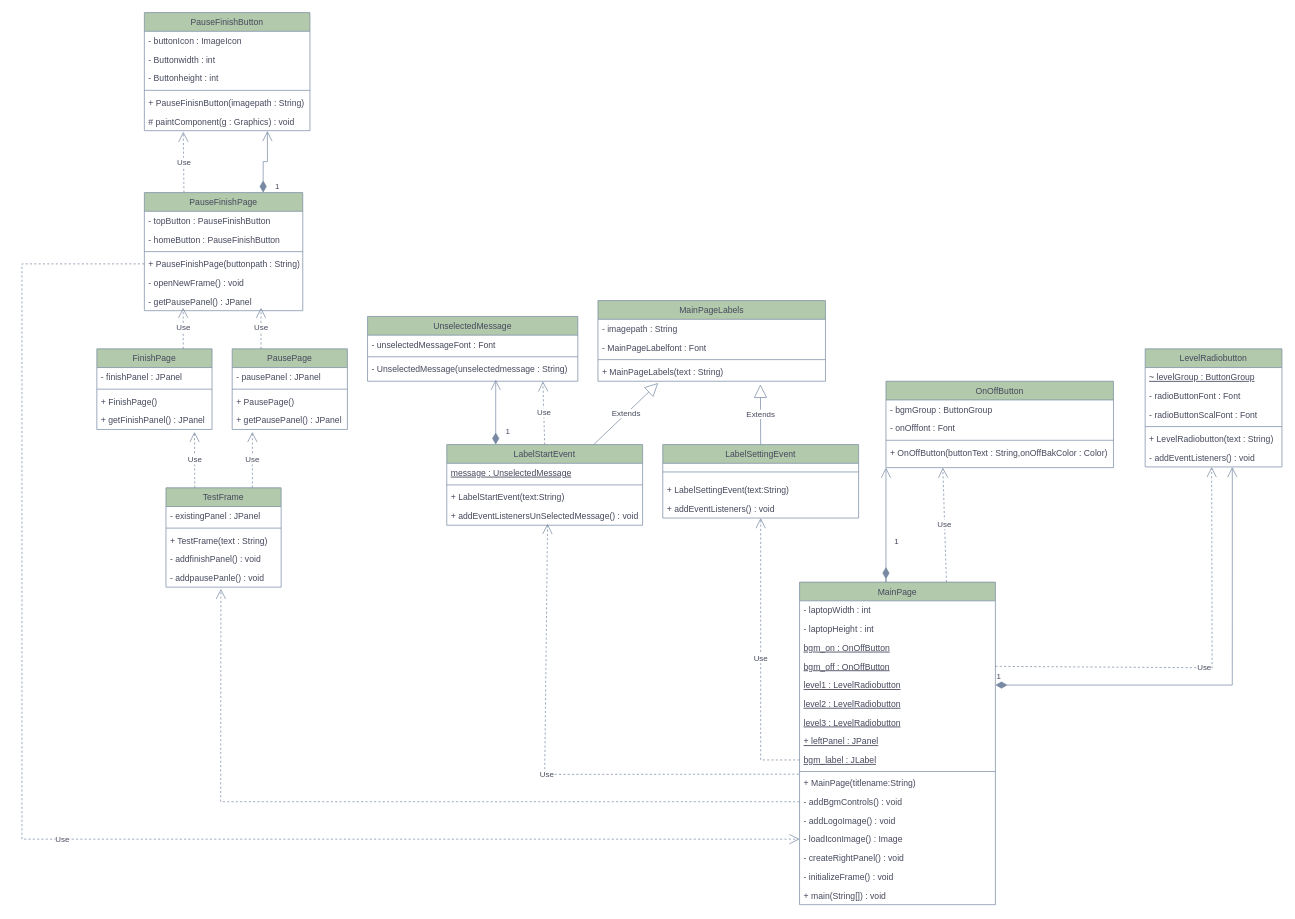
This is 제목 없는 다이어그램.drawio from hojeong26/sw_system, a draw.io file, before an edit. Source tidied: cells renumbered, new cells numbered last; positions are measured from the earlier drawing's top-left corner, leaving out a move shared by most shapes. Both pictures are drawn from the tidied source at 72%, with x=0, y=0 at pixel (22, 12).
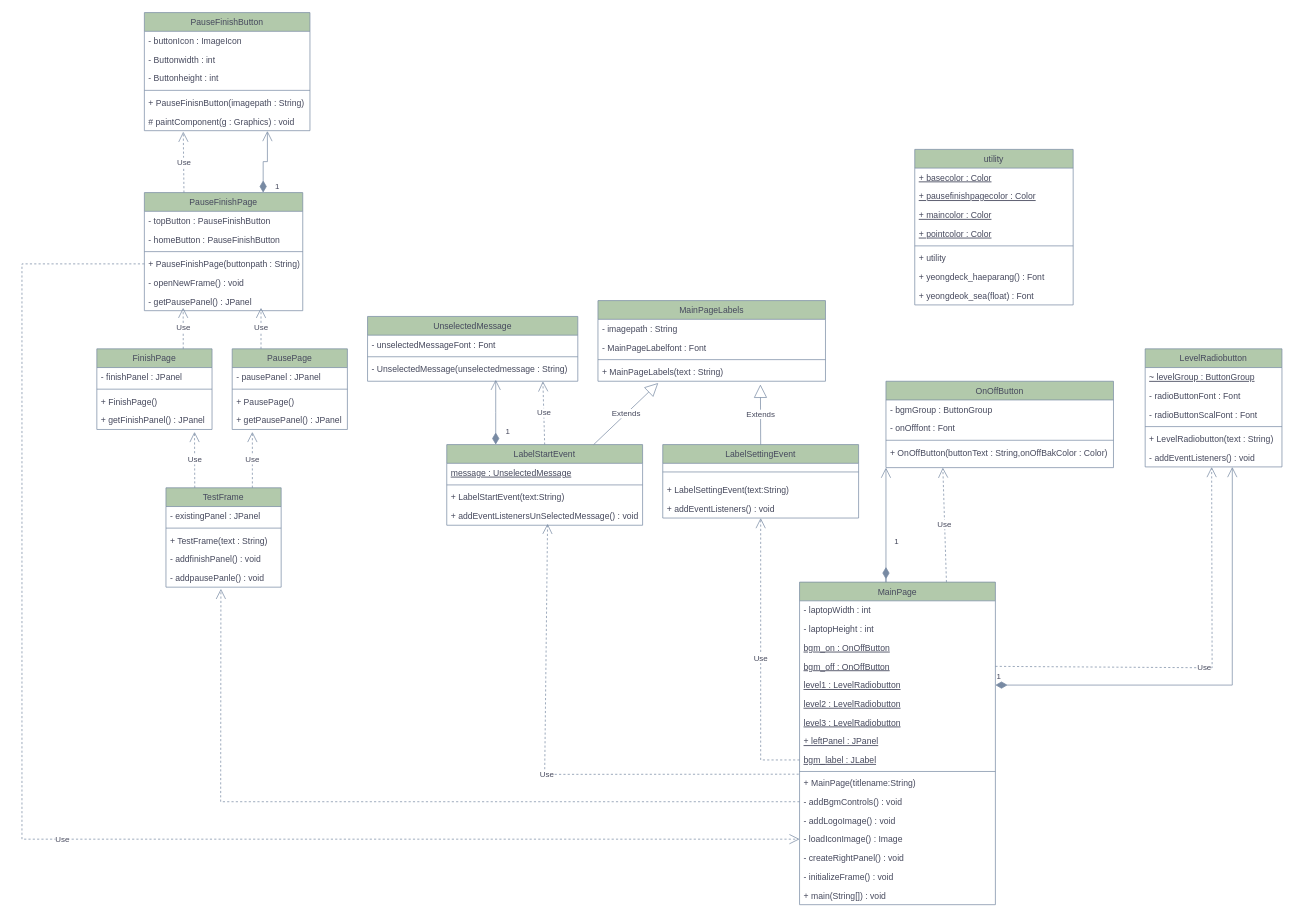
Above is the later version.

Diff of the diagram source:
```diff
@@
+    <mxCell id="98" value="utility" style="swimlane;fontStyle=0;align=center;verticalAlign=top;horizontal=1;startSize=26;rounded=0;shadow=0;strokeWidth=1;labelBackgroundColor=none;fillColor=#B2C9AB;strokeColor=#788AA3;fontColor=#46495D;" parent="1" vertex="1">
+      <mxGeometry x="1240" y="190" width="220" height="216" as="geometry" />
+    </mxCell>
+    <mxCell id="99" value="+ basecolor : Color" style="text;align=left;verticalAlign=top;spacingLeft=4;spacingRight=4;overflow=hidden;labelBackgroundColor=none;fontColor=#46495D;fontStyle=4;" parent="98" vertex="1">
+      <mxGeometry y="26" width="220" height="26" as="geometry" />
+    </mxCell>
+    <mxCell id="100" value="+ pausefinishpagecolor : Color" style="text;align=left;verticalAlign=top;spacingLeft=4;spacingRight=4;overflow=hidden;labelBackgroundColor=none;fontColor=#46495D;fontStyle=4;" parent="98" vertex="1">
+      <mxGeometry y="52" width="220" height="26" as="geometry" />
+    </mxCell>
+    <mxCell id="101" value="+ maincolor : Color" style="text;align=left;verticalAlign=top;spacingLeft=4;spacingRight=4;overflow=hidden;labelBackgroundColor=none;fontColor=#46495D;fontStyle=4;" parent="98" vertex="1">
+      <mxGeometry y="78" width="220" height="26" as="geometry" />
+    </mxCell>
+    <mxCell id="102" value="+ pointcolor : Color" style="text;align=left;verticalAlign=top;spacingLeft=4;spacingRight=4;overflow=hidden;labelBackgroundColor=none;fontColor=#46495D;fontStyle=4;" parent="98" vertex="1">
+      <mxGeometry y="104" width="220" height="26" as="geometry" />
+    </mxCell>
+    <mxCell id="103" style="line;html=1;strokeWidth=1;align=left;verticalAlign=middle;spacingTop=-1;spacingLeft=3;spacingRight=3;labelPosition=right;labelBackgroundColor=none;fillColor=#B2C9AB;strokeColor=#788AA3;fontColor=#46495D;" parent="98" vertex="1">
+      <mxGeometry y="130" width="220" height="8" as="geometry" />
+    </mxCell>
+    <mxCell id="104" value="+ utility" style="text;align=left;verticalAlign=top;spacingLeft=4;spacingRight=4;overflow=hidden;rounded=0;shadow=0;html=0;labelBackgroundColor=none;fontColor=#46495D;" parent="98" vertex="1">
+      <mxGeometry y="138" width="220" height="26" as="geometry" />
+    </mxCell>
+    <mxCell id="105" value="+ yeongdeck_haeparang() : Font" style="text;align=left;verticalAlign=top;spacingLeft=4;spacingRight=4;overflow=hidden;fontStyle=0;labelBackgroundColor=none;fontColor=#46495D;" parent="98" vertex="1">
+      <mxGeometry y="164" width="220" height="26" as="geometry" />
+    </mxCell>
+    <mxCell id="106" value="+ yeongdeok_sea(float) : Font" style="text;align=left;verticalAlign=top;spacingLeft=4;spacingRight=4;overflow=hidden;labelBackgroundColor=none;fontColor=#46495D;" parent="98" vertex="1">
+      <mxGeometry y="190" width="220" height="26" as="geometry" />
+    </mxCell>
```
